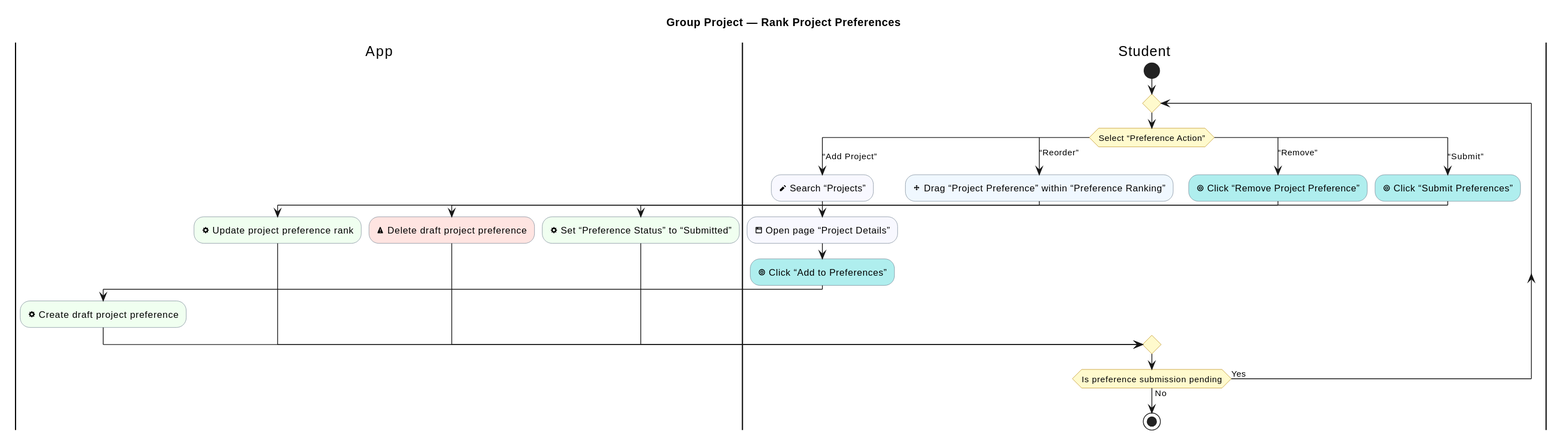
Before: industrial-placement-group-project/diagrams/group-project/preference-editing.svg, a diagram exported from PlantUML (sdflkjssl/sdflkjssl.github.io).
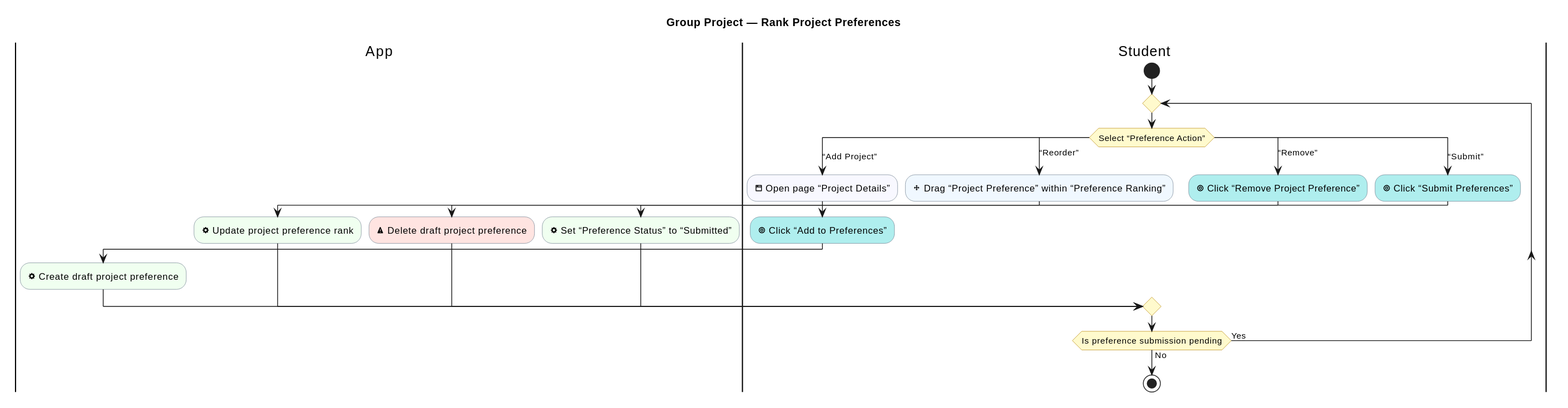
Above is the later version.

Diff of the diagram source:
```diff
@@ -16,7 +16,6 @@
   switch (Select “Preference Action”)
   case (“Add Project”)
     |Student|
-    :<&pencil> Search “Projects”; <<#GhostWhite>>
     :<&browser> Open page “Project Details”; <<#GhostWhite>>
     :<&target> Click “Add to Preferences”; <<#PaleTurquoise>>
     |App|
```
